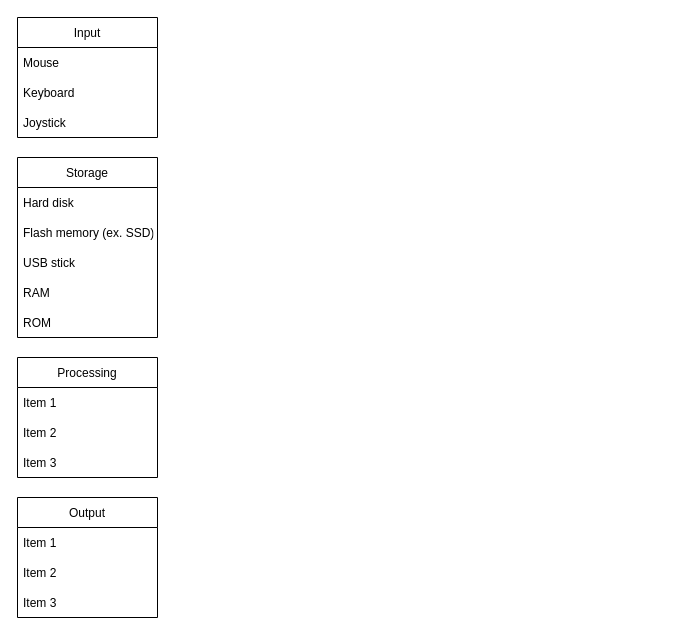
The draw.io diagram page "Page-1" (1 of 2) of Untitled Diagram.drawio in ITasobi/Learning-about-CS, before the edit. Source tidied: cells renumbered, new cells numbered last; positions are measured from the earlier drawing's top-left corner, leaving out a move shared by most shapes. Both pictures are drawn from the tidied source at 100%, with x=0, y=0 at pixel (17, 17).
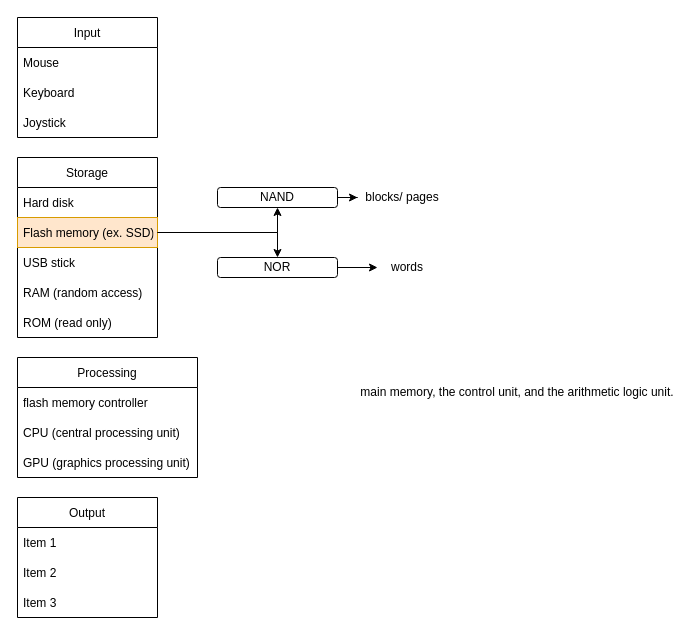
The same diagram, later.

Unchanged cells that the change refers to:
```xml
<mxCell id="14" value="Storage" style="swimlane;fontStyle=0;horizontal=1;startSize=30;" parent="1" vertex="1">
  <mxGeometry y="140" width="140" height="180" as="geometry" />
</mxCell>
```

Change to the diagram source:
```diff
@@
     <mxCell id="6" value="Processing" style="swimlane;fontStyle=0;horizontal=1;startSize=30;" parent="1" vertex="1">
-      <mxGeometry y="340" width="140" height="120" as="geometry" />
+      <mxGeometry y="340" width="180" height="120" as="geometry" />
     </mxCell>
-    <mxCell id="7" value="Item 1" style="text;strokeColor=none;fillColor=none;align=left;verticalAlign=middle;spacingLeft=4;spacingRight=4;overflow=hidden;" parent="6" vertex="1">
-      <mxGeometry y="30" width="140" height="30" as="geometry" />
+    <mxCell id="7" value="flash memory controller" style="text;strokeColor=none;fillColor=none;align=left;verticalAlign=middle;spacingLeft=4;spacingRight=4;overflow=hidden;" parent="6" vertex="1">
+      <mxGeometry y="30" width="180" height="30" as="geometry" />
     </mxCell>
-    <mxCell id="8" value="Item 2" style="text;strokeColor=none;fillColor=none;align=left;verticalAlign=middle;spacingLeft=4;spacingRight=4;overflow=hidden;" parent="6" vertex="1">
-      <mxGeometry y="60" width="140" height="30" as="geometry" />
+    <mxCell id="8" value="CPU (central processing unit)" style="text;strokeColor=none;fillColor=none;align=left;verticalAlign=middle;spacingLeft=4;spacingRight=4;overflow=hidden;" parent="6" vertex="1">
+      <mxGeometry y="60" width="180" height="30" as="geometry" />
     </mxCell>
-    <mxCell id="9" value="Item 3" style="text;strokeColor=none;fillColor=none;align=left;verticalAlign=middle;spacingLeft=4;spacingRight=4;overflow=hidden;" parent="6" vertex="1">
-      <mxGeometry y="90" width="140" height="30" as="geometry" />
+    <mxCell id="9" value="GPU (graphics processing unit)" style="text;strokeColor=none;fillColor=none;align=left;verticalAlign=middle;spacingLeft=4;spacingRight=4;overflow=hidden;" parent="6" vertex="1">
+      <mxGeometry y="90" width="180" height="30" as="geometry" />
     </mxCell>
@@
-    <mxCell id="16" value="Flash memory (ex. SSD)" style="text;strokeColor=none;fillColor=none;align=left;verticalAlign=middle;spacingLeft=4;spacingRight=4;overflow=hidden;points=[[0,0.5],[1,0.5]];portConstraint=eastwest;" parent="14" vertex="1">
+    <mxCell id="16" value="Flash memory (ex. SSD)" style="text;strokeColor=#d79b00;fillColor=#ffe6cc;align=left;verticalAlign=middle;spacingLeft=4;spacingRight=4;overflow=hidden;points=[[0,0.5],[1,0.5]];portConstraint=eastwest;" parent="14" vertex="1">
       <mxGeometry y="60" width="140" height="30" as="geometry" />
     </mxCell>
@@
-    <mxCell id="18" value="RAM" style="text;strokeColor=none;fillColor=none;align=left;verticalAlign=middle;spacingLeft=4;spacingRight=4;overflow=hidden;" parent="14" vertex="1">
+    <mxCell id="18" value="RAM (random access)" style="text;strokeColor=none;fillColor=none;align=left;verticalAlign=middle;spacingLeft=4;spacingRight=4;overflow=hidden;" parent="14" vertex="1">
       <mxGeometry y="120" width="140" height="30" as="geometry" />
     </mxCell>
-    <mxCell id="19" value="ROM" style="text;strokeColor=none;fillColor=none;align=left;verticalAlign=middle;spacingLeft=4;spacingRight=4;overflow=hidden;" parent="14" vertex="1">
+    <mxCell id="19" value="ROM (read only)" style="text;strokeColor=none;fillColor=none;align=left;verticalAlign=middle;spacingLeft=4;spacingRight=4;overflow=hidden;" parent="14" vertex="1">
       <mxGeometry y="150" width="140" height="30" as="geometry" />
     </mxCell>
+    <mxCell id="20" style="edgeStyle=orthogonalEdgeStyle;rounded=0;jettySize=auto;html=1;" parent="1" edge="1" source="16" target="25">
+      <mxGeometry relative="1" as="geometry" />
+    </mxCell>
+    <mxCell id="21" style="edgeStyle=orthogonalEdgeStyle;rounded=0;jettySize=auto;html=1;" parent="1" edge="1" source="16" target="23">
+      <mxGeometry relative="1" as="geometry" />
+    </mxCell>
+    <mxCell id="22" style="edgeStyle=orthogonalEdgeStyle;rounded=0;jettySize=auto;html=1;" parent="1" edge="1" source="23" target="27">
+      <mxGeometry relative="1" as="geometry" />
+    </mxCell>
+    <mxCell id="23" value="NOR" style="rounded=1;whiteSpace=wrap;html=1;" parent="1" vertex="1">
+      <mxGeometry x="200" y="240" width="120" height="20" as="geometry" />
+    </mxCell>
+    <mxCell id="24" style="edgeStyle=orthogonalEdgeStyle;rounded=0;jettySize=auto;html=1;" parent="1" edge="1" source="25" target="26">
+      <mxGeometry relative="1" as="geometry" />
+    </mxCell>
+    <mxCell id="25" value="NAND" style="rounded=1;whiteSpace=wrap;html=1;" parent="1" vertex="1">
+      <mxGeometry x="200" y="170" width="120" height="20" as="geometry" />
+    </mxCell>
+    <mxCell id="26" value="&lt;div&gt;blocks/ pages&lt;/div&gt;" style="text;html=1;strokeColor=none;fillColor=none;align=center;verticalAlign=middle;whiteSpace=wrap;rounded=0;" parent="1" vertex="1">
+      <mxGeometry x="340" y="165" width="90" height="30" as="geometry" />
+    </mxCell>
+    <mxCell id="27" value="words" style="text;html=1;strokeColor=none;fillColor=none;align=center;verticalAlign=middle;whiteSpace=wrap;rounded=0;" parent="1" vertex="1">
+      <mxGeometry x="360" y="235" width="60" height="30" as="geometry" />
+    </mxCell>
+    <mxCell id="28" value="main memory, the control unit, and the arithmetic logic unit." style="text;html=1;strokeColor=none;fillColor=none;align=center;verticalAlign=middle;whiteSpace=wrap;rounded=0;" parent="1" vertex="1">
+      <mxGeometry x="340" y="360" width="320" height="30" as="geometry" />
+    </mxCell>
```
